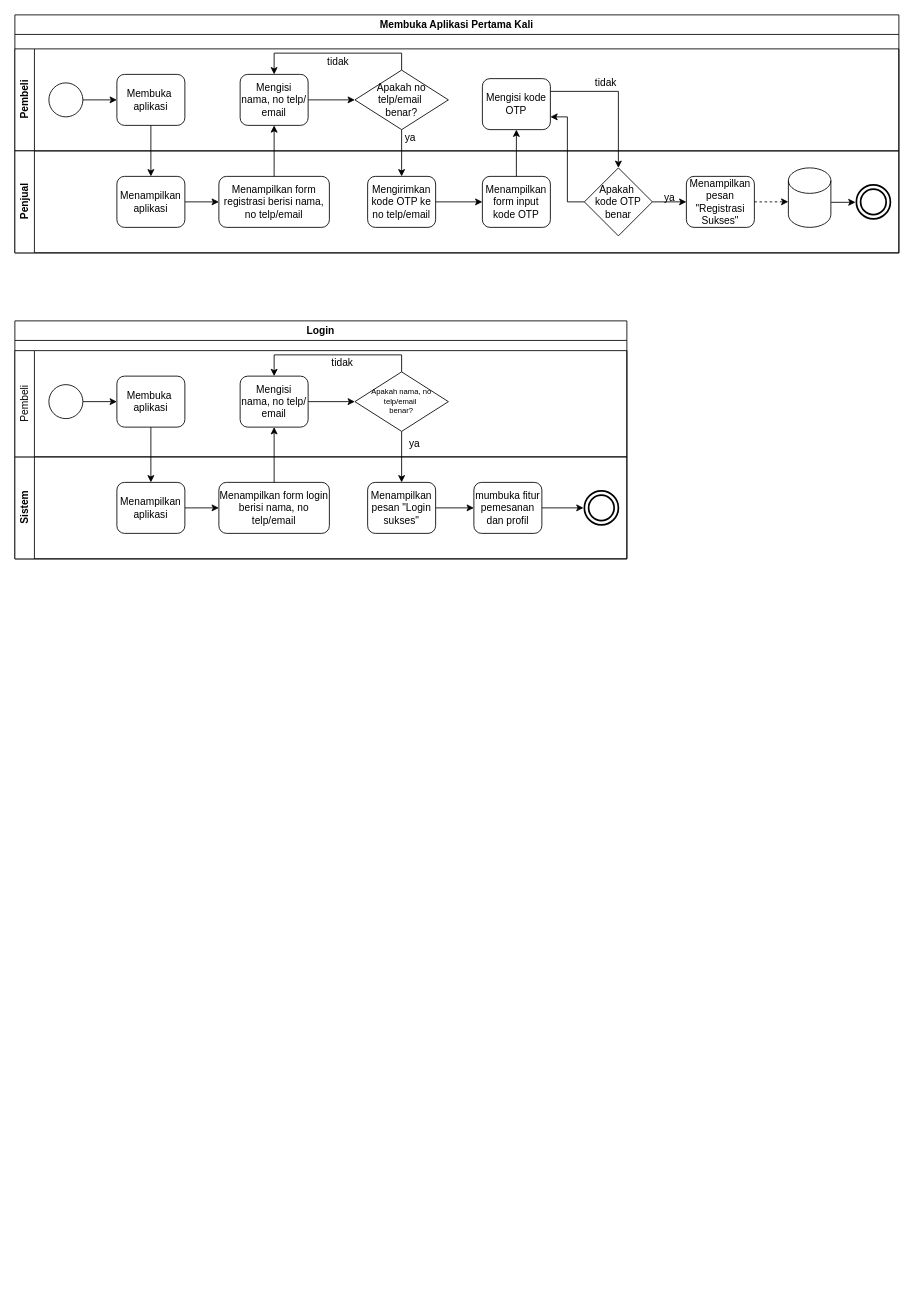
yogadwipayana/ERD keeps this draw.io diagram as BPMN.drawio. Above is the earlier version. Source tidied: cells renumbered, new cells numbered last; positions are measured from the earlier drawing's top-left corner, leaving out a move shared by most shapes. Both pictures are drawn from the tidied source at 85%, with x=0, y=0 at pixel (14, 14).
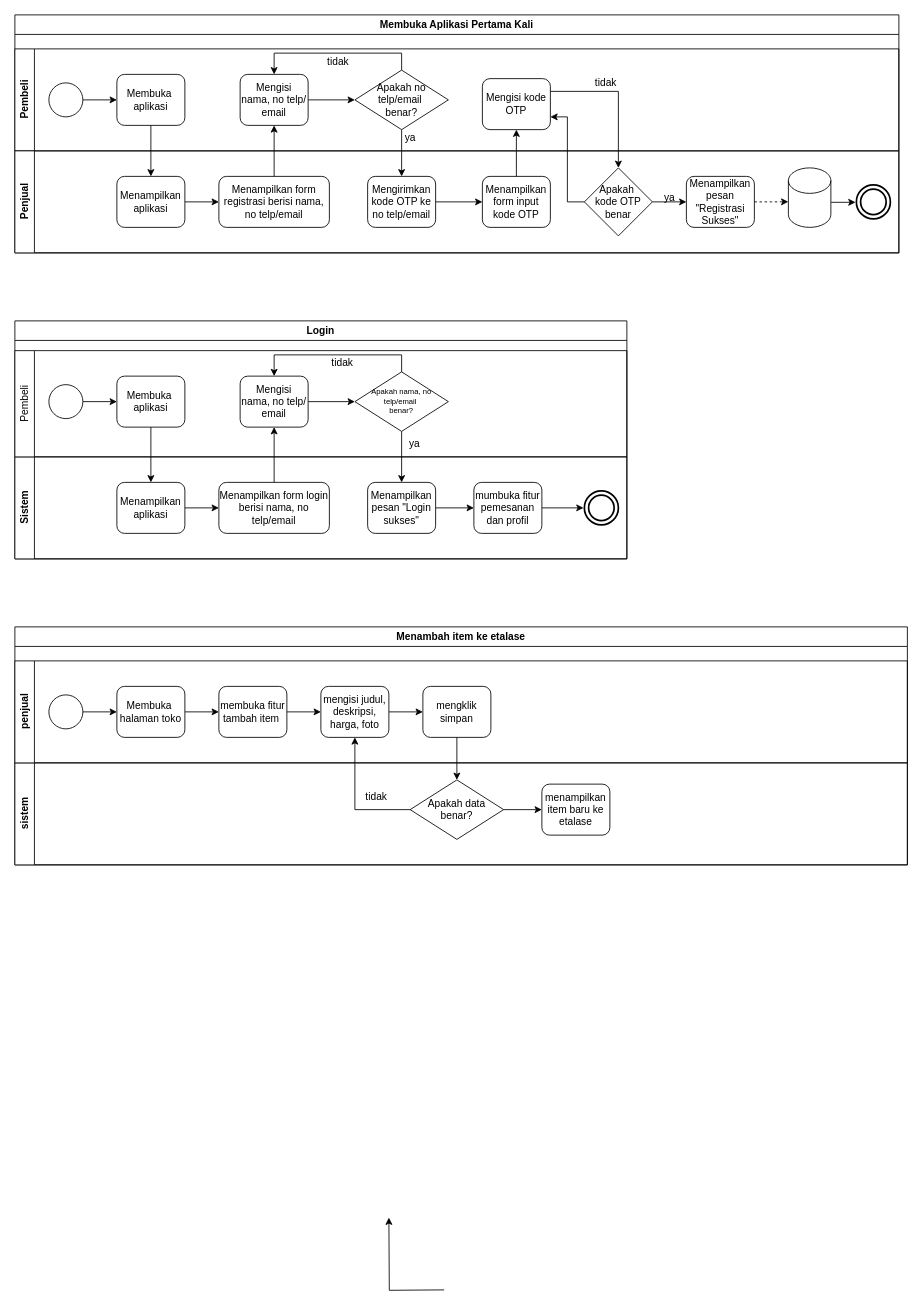
The same page after the edit.

Commit message:
ongoing item

The edit, as a diff of the source:
```diff
@@
+    <mxCell id="61" value="Menambah item ke etalase" style="swimlane;whiteSpace=wrap;html=1;" parent="1" vertex="1">
+      <mxGeometry y="720" width="1050" height="280" as="geometry" />
+    </mxCell>
+    <mxCell id="62" value="sistem" style="swimlane;horizontal=0;whiteSpace=wrap;html=1;" parent="61" vertex="1">
+      <mxGeometry y="160" width="1050" height="120" as="geometry" />
+    </mxCell>
+    <mxCell id="63" style="edgeStyle=orthogonalEdgeStyle;rounded=0;jettySize=auto;html=1;exitX=1;exitY=0.5;exitDx=0;exitDy=0;entryX=0;entryY=0.5;entryDx=0;entryDy=0;" parent="62" edge="1" source="64" target="65">
+      <mxGeometry relative="1" as="geometry" />
+    </mxCell>
+    <mxCell id="64" value="Apakah data&lt;div&gt;benar?&lt;/div&gt;" style="rhombus;whiteSpace=wrap;html=1;" parent="62" vertex="1">
+      <mxGeometry x="465" y="20" width="110" height="70" as="geometry" />
+    </mxCell>
+    <mxCell id="65" value="menampilkan item baru ke etalase" style="rounded=1;whiteSpace=wrap;html=1;" parent="62" vertex="1">
+      <mxGeometry x="620" y="25" width="80" height="60" as="geometry" />
+    </mxCell>
+    <mxCell id="66" value="tidak" style="text;html=1;align=center;verticalAlign=middle;strokeColor=none;fillColor=none;" parent="62" vertex="1">
+      <mxGeometry x="400" y="25" width="50" height="30" as="geometry" />
+    </mxCell>
+    <mxCell id="67" style="edgeStyle=orthogonalEdgeStyle;rounded=0;orthogonalLoop=1;jettySize=auto;html=1;exitX=0;exitY=0.5;exitDx=0;exitDy=0;entryX=0.5;entryY=1;entryDx=0;entryDy=0;" parent="62" edge="1">
+      <mxGeometry relative="1" as="geometry">
+        <mxPoint x="505" y="620" as="sourcePoint" />
+        <mxPoint x="440" y="535" as="targetPoint" />
+      </mxGeometry>
+    </mxCell>
+    <mxCell id="68" value="penjual" style="swimlane;horizontal=0;whiteSpace=wrap;html=1;" parent="61" vertex="1">
+      <mxGeometry y="40" width="1050" height="120" as="geometry" />
+    </mxCell>
+    <mxCell id="69" style="edgeStyle=orthogonalEdgeStyle;rounded=0;jettySize=auto;html=1;exitX=1;exitY=0.5;exitDx=0;exitDy=0;entryX=0;entryY=0.5;entryDx=0;entryDy=0;" parent="68" edge="1" source="70" target="72">
+      <mxGeometry relative="1" as="geometry" />
+    </mxCell>
+    <mxCell id="70" style="ellipse;whiteSpace=wrap;html=1;" parent="68" vertex="1">
+      <mxGeometry x="40" y="40" width="40" height="40" as="geometry" />
+    </mxCell>
+    <mxCell id="71" style="edgeStyle=orthogonalEdgeStyle;rounded=0;jettySize=auto;html=1;exitX=1;exitY=0.5;exitDx=0;exitDy=0;entryX=0;entryY=0.5;entryDx=0;entryDy=0;" parent="68" edge="1" source="72" target="74">
+      <mxGeometry relative="1" as="geometry" />
+    </mxCell>
+    <mxCell id="72" value="Membuka&amp;nbsp;&lt;div&gt;halaman toko&lt;/div&gt;" style="rounded=1;whiteSpace=wrap;html=1;" parent="68" vertex="1">
+      <mxGeometry x="120" y="30" width="80" height="60" as="geometry" />
+    </mxCell>
+    <mxCell id="73" style="edgeStyle=orthogonalEdgeStyle;rounded=0;jettySize=auto;html=1;exitX=1;exitY=0.5;exitDx=0;exitDy=0;entryX=0;entryY=0.5;entryDx=0;entryDy=0;" parent="68" edge="1" source="74" target="76">
+      <mxGeometry relative="1" as="geometry" />
+    </mxCell>
+    <mxCell id="74" value="membuka fitur tambah item&amp;nbsp;" style="rounded=1;whiteSpace=wrap;html=1;" parent="68" vertex="1">
+      <mxGeometry x="240" y="30" width="80" height="60" as="geometry" />
+    </mxCell>
+    <mxCell id="75" style="edgeStyle=orthogonalEdgeStyle;rounded=0;jettySize=auto;html=1;exitX=1;exitY=0.5;exitDx=0;exitDy=0;entryX=0;entryY=0.5;entryDx=0;entryDy=0;" parent="68" edge="1" source="76" target="77">
+      <mxGeometry relative="1" as="geometry" />
+    </mxCell>
+    <mxCell id="76" value="mengisi judul, deskripsi, harga, foto" style="rounded=1;whiteSpace=wrap;html=1;" parent="68" vertex="1">
+      <mxGeometry x="360" y="30" width="80" height="60" as="geometry" />
+    </mxCell>
+    <mxCell id="77" value="mengklik simpan" style="rounded=1;whiteSpace=wrap;html=1;" parent="68" vertex="1">
+      <mxGeometry x="480" y="30" width="80" height="60" as="geometry" />
+    </mxCell>
+    <mxCell id="78" style="edgeStyle=orthogonalEdgeStyle;rounded=0;jettySize=auto;html=1;exitX=0.5;exitY=1;exitDx=0;exitDy=0;entryX=0.5;entryY=0;entryDx=0;entryDy=0;" parent="61" edge="1" source="77" target="64">
+      <mxGeometry relative="1" as="geometry" />
+    </mxCell>
+    <mxCell id="79" style="edgeStyle=orthogonalEdgeStyle;rounded=0;jettySize=auto;html=1;exitX=0;exitY=0.5;exitDx=0;exitDy=0;entryX=0.5;entryY=1;entryDx=0;entryDy=0;" parent="61" edge="1" source="64" target="76">
+      <mxGeometry relative="1" as="geometry" />
+    </mxCell>
```
